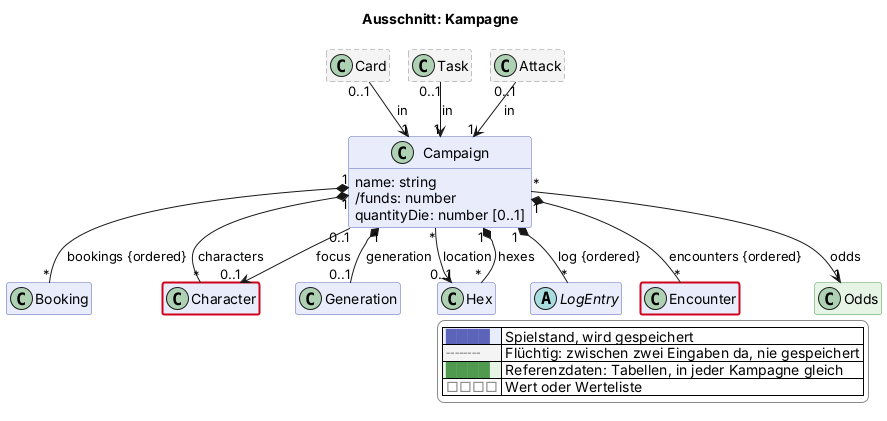
Above: docs/views/kampagne.png in scuzzar/SRE (PlantUML), before the change.
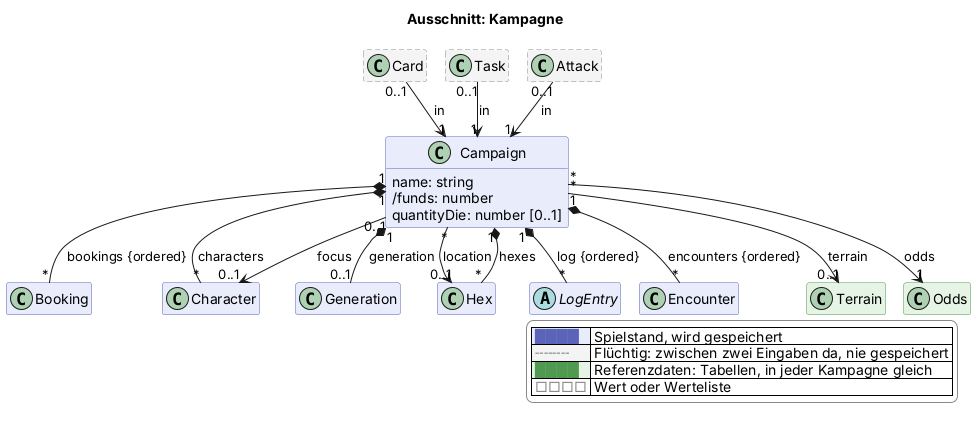
Later version of the same file.

Diff of the diagram source:
```diff
@@ -84,6 +84,7 @@
   class Task <<transient>> $probe
   class Attack <<transient>> $kampf
   class Encounter $begegnung
+  class Terrain <<reference>> $begegnung
 
   class Odds <<reference>> $karte
 
@@ -107,6 +108,7 @@
 Attack "0..1" --> "1" Campaign : in
 
 Campaign "1" *-- "*" Encounter : encounters {ordered}
+Campaign "*" --> "0..1" Terrain : terrain
 
 Card "0..1" --> "1" Campaign : in
 
@@ -117,6 +119,4 @@
   |<#e6f4e6> <color:#4f9a4f>████</color> | Referenzdaten: Tabellen, in jeder Kampagne gleich |
   |<#ffffff> <color:#8a8a8a>□□□□</color> | Wert oder Werteliste |
 endlegend
-class Character #line:d0021b;line.bold
-class Encounter #line:d0021b;line.bold
 @enduml
```
